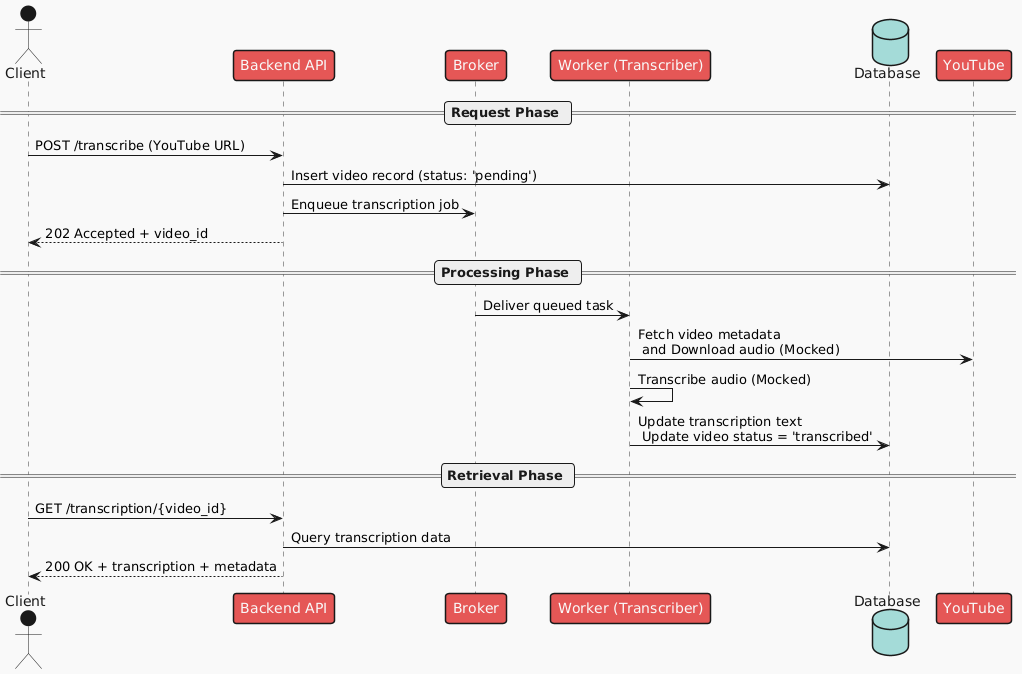
The PlantUML diagram documentation/diagrams/transcription_flow.png in camiloleon96/Product-Review-Transcription-Service, before a commit. Its source is kept beside it as documentation/diagrams/transcription_flow.puml.
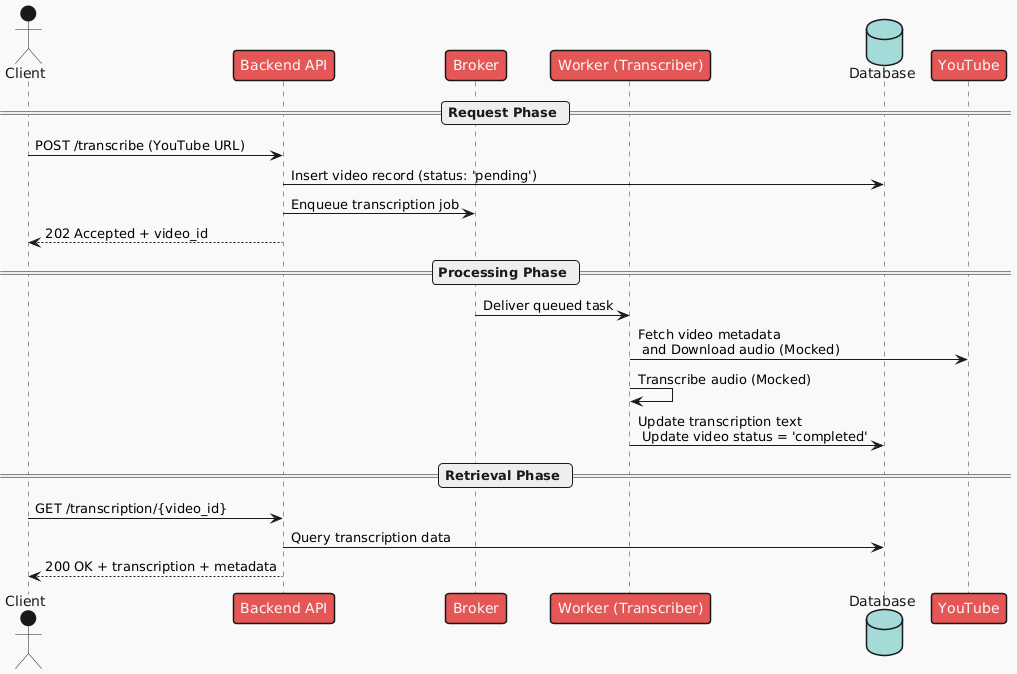
After the change.

The edit, as a diff of the source:
```diff
@@ -16,7 +16,7 @@
 Broker -> Worker : Deliver queued task
 Worker -> YouTube : Fetch video metadata \n and Download audio (Mocked)
 Worker -> Worker : Transcribe audio (Mocked)
-Worker -> DB : Update transcription text \n Update video status = 'transcribed'
+Worker -> DB : Update transcription text \n Update video status = 'completed'
 
 
 == Retrieval Phase ==
```
